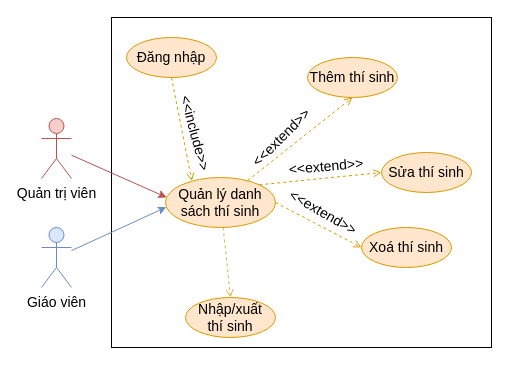
Before: Documents/draw/usecase/phan-ra/danh-sach-thi-sinh.drawio in copecute/do-an-tot-nghiep, a draw.io diagram. Source tidied: cells renumbered, new cells numbered last; positions are measured from the earlier drawing's top-left corner, leaving out a move shared by most shapes. Both pictures are drawn from the tidied source at 100%, with x=0, y=0 at pixel (41, 17).
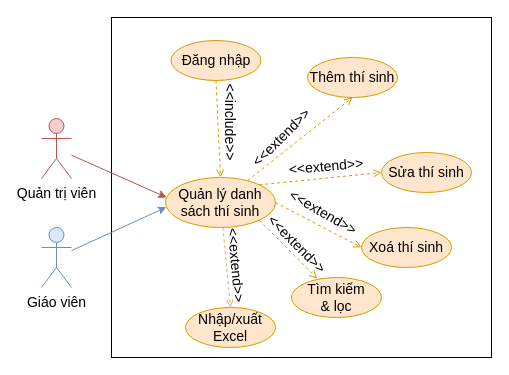
The same diagram, later.

Unchanged cells that the change refers to:
```xml
<mxCell id="4" value="Quản lý danh sách thí sinh" style="ellipse;whiteSpace=wrap;html=1;fillColor=#ffe6cc;strokeColor=#d79b00;fontSize=14;" parent="1" vertex="1">
  <mxGeometry x="124" y="160" width="110" height="50" as="geometry" />
</mxCell>
```

Change to the diagram source:
```diff
@@
     <mxCell id="2" style="rounded=0;whiteSpace=wrap;html=1;" parent="1" vertex="1">
-      <mxGeometry x="70" width="380" height="330" as="geometry" />
+      <mxGeometry x="70" width="380" height="340" as="geometry" />
     </mxCell>
@@
-    <mxCell id="16" style="rounded=0;jettySize=auto;html=1;entryX=0.24;entryY=0.072;entryDx=0;entryDy=0;fillColor=#ffe6cc;strokeColor=#d79b00;endArrow=open;endFill=0;dashed=1;exitX=0.5;exitY=1;exitDx=0;exitDy=0;entryPerimeter=0;" parent="1" edge="1" source="17" target="4">
+    <mxCell id="16" style="rounded=0;jettySize=auto;html=1;entryX=0.5;entryY=0;entryDx=0;entryDy=0;fillColor=#ffe6cc;strokeColor=#d79b00;endArrow=open;endFill=0;dashed=1;exitX=0.5;exitY=1;exitDx=0;exitDy=0;" parent="1" edge="1" source="17" target="4">
       <mxGeometry relative="1" as="geometry" />
     </mxCell>
     <mxCell id="17" value="Đăng nhập" style="ellipse;whiteSpace=wrap;html=1;fillColor=#ffe6cc;strokeColor=#d79b00;fontSize=14;" parent="1" vertex="1">
-      <mxGeometry x="85" y="20" width="90" height="40" as="geometry" />
+      <mxGeometry x="129.5" y="23" width="90" height="40" as="geometry" />
     </mxCell>
-    <mxCell id="18" value="&lt;font&gt;&amp;lt;&amp;lt;include&amp;gt;&amp;gt;&lt;/font&gt;" style="text;html=1;strokeColor=none;fillColor=none;align=center;verticalAlign=middle;whiteSpace=wrap;rounded=0;rotation=75;fontSize=14;" parent="1" vertex="1">
-      <mxGeometry x="124" y="101" width="60" height="30" as="geometry" />
+    <mxCell id="18" value="&lt;font&gt;&amp;lt;&amp;lt;include&amp;gt;&amp;gt;&lt;/font&gt;" style="text;html=1;strokeColor=none;fillColor=none;align=center;verticalAlign=middle;whiteSpace=wrap;rounded=0;rotation=90;fontSize=14;" parent="1" vertex="1">
+      <mxGeometry x="159" y="90" width="60" height="30" as="geometry" />
     </mxCell>
@@
-    <mxCell id="21" value="Nhập/xuất&lt;br&gt;thí sinh" style="ellipse;whiteSpace=wrap;html=1;fillColor=#ffe6cc;strokeColor=#d79b00;fontSize=14;" parent="1" vertex="1">
-      <mxGeometry x="144" y="280" width="90" height="40" as="geometry" />
+    <mxCell id="21" value="Nhập/xuất&lt;br&gt;Excel" style="ellipse;whiteSpace=wrap;html=1;fillColor=#ffe6cc;strokeColor=#d79b00;fontSize=14;" parent="1" vertex="1">
+      <mxGeometry x="144" y="290" width="90" height="40" as="geometry" />
     </mxCell>
+    <mxCell id="22" value="Tìm kiếm&lt;div&gt;&amp;amp; lọc&lt;/div&gt;" style="ellipse;whiteSpace=wrap;html=1;fillColor=#ffe6cc;strokeColor=#d79b00;fontSize=14;" parent="1" vertex="1">
+      <mxGeometry x="250" y="260" width="90" height="40" as="geometry" />
+    </mxCell>
+    <mxCell id="23" style="rounded=0;jettySize=auto;html=1;exitX=1;exitY=1;exitDx=0;exitDy=0;entryX=0.285;entryY=0.03;entryDx=0;entryDy=0;dashed=1;fillColor=#ffe6cc;strokeColor=#d79b00;endArrow=open;endFill=0;entryPerimeter=0;" parent="1" edge="1" source="4" target="22">
+      <mxGeometry relative="1" as="geometry" />
+    </mxCell>
+    <mxCell id="24" value="&lt;font style=&quot;font-size: 14px;&quot;&gt;&amp;lt;&amp;lt;extend&amp;gt;&amp;gt;&lt;/font&gt;" style="text;html=1;strokeColor=none;fillColor=none;align=center;verticalAlign=middle;whiteSpace=wrap;rounded=0;rotation=45;fontSize=14;" parent="1" vertex="1">
+      <mxGeometry x="226" y="212" width="60" height="30" as="geometry" />
+    </mxCell>
+    <mxCell id="25" value="&lt;font style=&quot;font-size: 14px;&quot;&gt;&amp;lt;&amp;lt;extend&amp;gt;&amp;gt;&lt;/font&gt;" style="text;html=1;strokeColor=none;fillColor=none;align=center;verticalAlign=middle;whiteSpace=wrap;rounded=0;rotation=85;fontSize=14;" parent="1" vertex="1">
+      <mxGeometry x="165" y="233" width="60" height="30" as="geometry" />
+    </mxCell>
```
